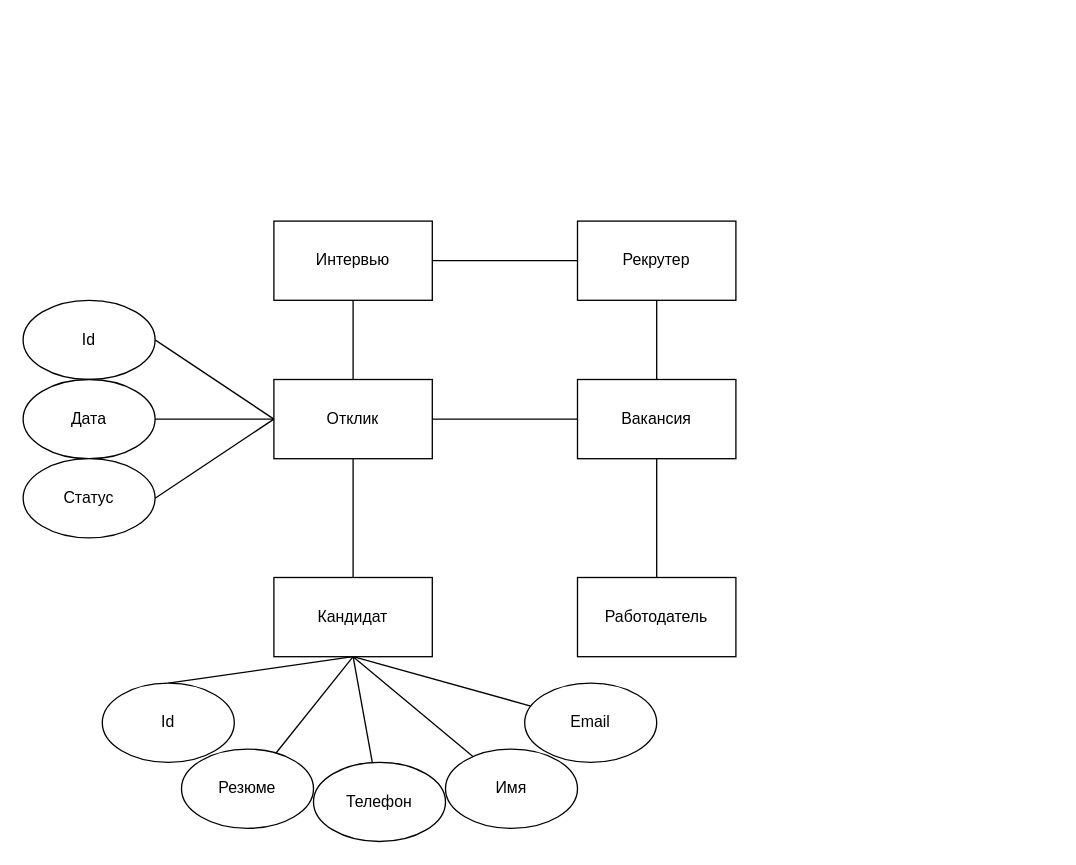
Regdal-cyber/Coursework keeps this draw.io diagram as ER.drawio. Above is the earlier version. Source tidied: cells renumbered, new cells numbered last; positions are measured from the earlier drawing's top-left corner, leaving out a move shared by most shapes. Both pictures are drawn from the tidied source at 132%, with x=0, y=0 at pixel (22, 220).
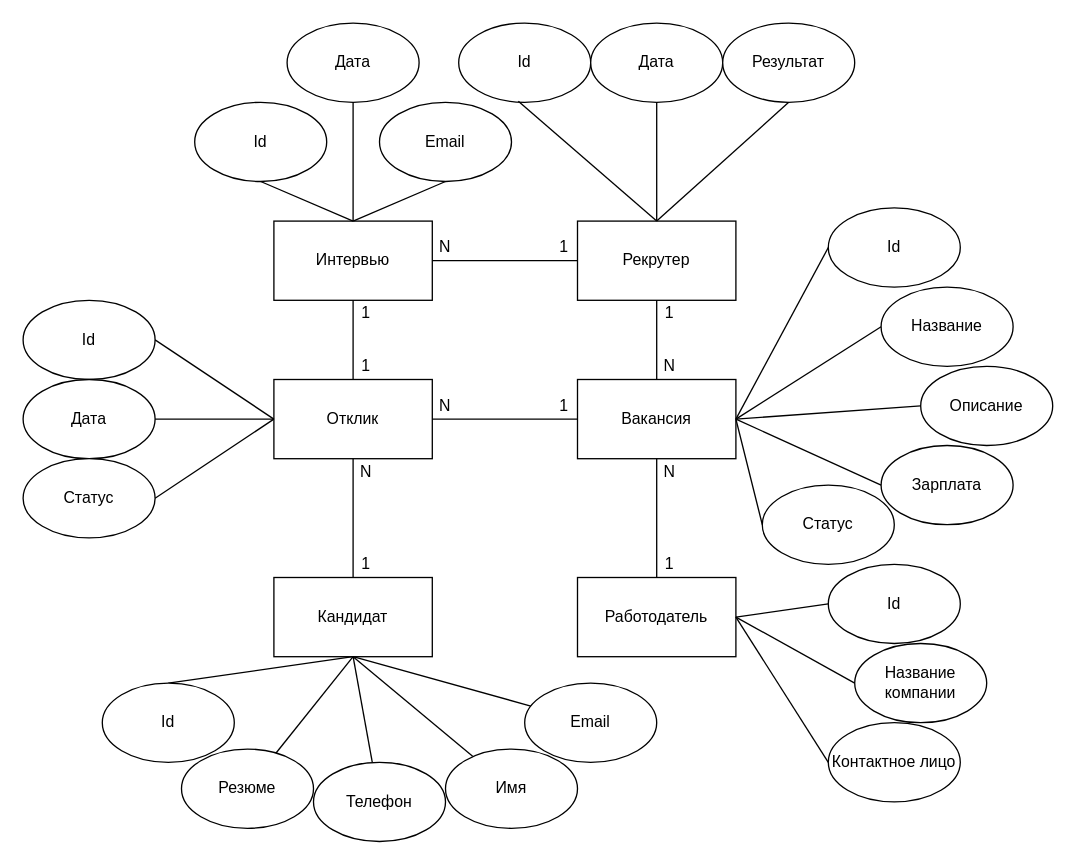
The same page after the edit.

The change refers to these unchanged cells:
```xml
<mxCell id="2" value="Рекрутер" style="rounded=0;whiteSpace=wrap;html=1;" parent="1" vertex="1">
  <mxGeometry x="420" width="120" height="60" as="geometry" />
</mxCell>
<mxCell id="4" value="Интервью" style="rounded=0;whiteSpace=wrap;html=1;" parent="1" vertex="1">
  <mxGeometry x="190" width="120" height="60" as="geometry" />
</mxCell>
<mxCell id="6" value="Вакансия" style="rounded=0;whiteSpace=wrap;html=1;" parent="1" vertex="1">
  <mxGeometry x="420" y="120" width="120" height="60" as="geometry" />
</mxCell>
<mxCell id="7" value="Работодатель" style="rounded=0;whiteSpace=wrap;html=1;" parent="1" vertex="1">
  <mxGeometry x="420" y="270" width="120" height="60" as="geometry" />
</mxCell>
```

The edit, as a diff of the source:
```diff
@@
+    <mxCell id="31" value="Id" style="ellipse;whiteSpace=wrap;html=1;" parent="1" vertex="1">
+      <mxGeometry x="610" y="260" width="100" height="60" as="geometry" />
+    </mxCell>
+    <mxCell id="32" value="Название компании" style="ellipse;whiteSpace=wrap;html=1;" parent="1" vertex="1">
+      <mxGeometry x="630" y="320" width="100" height="60" as="geometry" />
+    </mxCell>
+    <mxCell id="33" value="Контактное лицо" style="ellipse;whiteSpace=wrap;html=1;" parent="1" vertex="1">
+      <mxGeometry x="610" y="380" width="100" height="60" as="geometry" />
+    </mxCell>
+    <mxCell id="34" value="Id" style="ellipse;whiteSpace=wrap;html=1;" parent="1" vertex="1">
+      <mxGeometry x="610" y="-10" width="100" height="60" as="geometry" />
+    </mxCell>
+    <mxCell id="35" value="Название" style="ellipse;whiteSpace=wrap;html=1;" parent="1" vertex="1">
+      <mxGeometry x="650" y="50" width="100" height="60" as="geometry" />
+    </mxCell>
+    <mxCell id="36" value="Описание" style="ellipse;whiteSpace=wrap;html=1;" parent="1" vertex="1">
+      <mxGeometry x="680" y="110" width="100" height="60" as="geometry" />
+    </mxCell>
+    <mxCell id="37" value="Зарплата" style="ellipse;whiteSpace=wrap;html=1;" parent="1" vertex="1">
+      <mxGeometry x="650" y="170" width="100" height="60" as="geometry" />
+    </mxCell>
+    <mxCell id="38" value="Статус" style="ellipse;whiteSpace=wrap;html=1;" parent="1" vertex="1">
+      <mxGeometry x="560" y="200" width="100" height="60" as="geometry" />
+    </mxCell>
+    <mxCell id="39" style="edgeStyle=none;rounded=0;jettySize=auto;html=1;entryX=1;entryY=0.5;entryDx=0;entryDy=0;endArrow=none;endFill=0;exitX=0;exitY=0.5;exitDx=0;exitDy=0;" parent="1" edge="1" source="31" target="7">
+      <mxGeometry relative="1" as="geometry" />
+    </mxCell>
+    <mxCell id="40" style="edgeStyle=none;rounded=0;jettySize=auto;html=1;entryX=1;entryY=0.5;entryDx=0;entryDy=0;endArrow=none;endFill=0;exitX=0;exitY=0.5;exitDx=0;exitDy=0;" parent="1" edge="1" source="32" target="7">
+      <mxGeometry relative="1" as="geometry" />
+    </mxCell>
+    <mxCell id="41" style="edgeStyle=none;rounded=0;jettySize=auto;html=1;endArrow=none;endFill=0;entryX=1;entryY=0.5;entryDx=0;entryDy=0;exitX=0;exitY=0.5;exitDx=0;exitDy=0;" parent="1" edge="1" source="33" target="7">
+      <mxGeometry relative="1" as="geometry" />
+    </mxCell>
+    <mxCell id="42" style="edgeStyle=none;rounded=0;jettySize=auto;html=1;entryX=1;entryY=0.5;entryDx=0;entryDy=0;endArrow=none;endFill=0;exitX=0;exitY=0.5;exitDx=0;exitDy=0;" parent="1" edge="1" source="34" target="6">
+      <mxGeometry relative="1" as="geometry" />
+    </mxCell>
+    <mxCell id="43" style="edgeStyle=none;rounded=0;jettySize=auto;html=1;entryX=1;entryY=0.5;entryDx=0;entryDy=0;endArrow=none;endFill=0;exitX=0;exitY=0.5;exitDx=0;exitDy=0;" parent="1" edge="1" source="35" target="6">
+      <mxGeometry relative="1" as="geometry" />
+    </mxCell>
+    <mxCell id="44" style="edgeStyle=none;rounded=0;jettySize=auto;html=1;entryX=1;entryY=0.5;entryDx=0;entryDy=0;endArrow=none;endFill=0;exitX=0;exitY=0.5;exitDx=0;exitDy=0;" parent="1" edge="1" source="36" target="6">
+      <mxGeometry relative="1" as="geometry" />
+    </mxCell>
+    <mxCell id="45" style="edgeStyle=none;rounded=0;jettySize=auto;html=1;endArrow=none;endFill=0;entryX=1;entryY=0.5;entryDx=0;entryDy=0;exitX=0;exitY=0.5;exitDx=0;exitDy=0;" parent="1" edge="1" source="37" target="6">
+      <mxGeometry relative="1" as="geometry" />
+    </mxCell>
+    <mxCell id="46" style="edgeStyle=none;rounded=0;jettySize=auto;html=1;entryX=1;entryY=0.5;entryDx=0;entryDy=0;endArrow=none;endFill=0;exitX=0;exitY=0.5;exitDx=0;exitDy=0;" parent="1" edge="1" source="38" target="6">
+      <mxGeometry relative="1" as="geometry" />
+    </mxCell>
+    <mxCell id="47" value="Id" style="ellipse;whiteSpace=wrap;html=1;" parent="1" vertex="1">
+      <mxGeometry x="330" y="-150" width="100" height="60" as="geometry" />
+    </mxCell>
+    <mxCell id="48" value="Дата" style="ellipse;whiteSpace=wrap;html=1;" parent="1" vertex="1">
+      <mxGeometry x="430" y="-150" width="100" height="60" as="geometry" />
+    </mxCell>
+    <mxCell id="49" value="Результат" style="ellipse;whiteSpace=wrap;html=1;" parent="1" vertex="1">
+      <mxGeometry x="530" y="-150" width="100" height="60" as="geometry" />
+    </mxCell>
+    <mxCell id="50" value="Id" style="ellipse;whiteSpace=wrap;html=1;" parent="1" vertex="1">
+      <mxGeometry x="130" y="-90" width="100" height="60" as="geometry" />
+    </mxCell>
+    <mxCell id="51" value="Дата" style="ellipse;whiteSpace=wrap;html=1;" parent="1" vertex="1">
+      <mxGeometry x="200" y="-150" width="100" height="60" as="geometry" />
+    </mxCell>
+    <mxCell id="52" value="Email" style="ellipse;whiteSpace=wrap;html=1;" parent="1" vertex="1">
+      <mxGeometry x="270" y="-90" width="100" height="60" as="geometry" />
+    </mxCell>
+    <mxCell id="53" style="edgeStyle=none;rounded=0;jettySize=auto;html=1;entryX=0.5;entryY=0;entryDx=0;entryDy=0;endArrow=none;endFill=0;exitX=0.5;exitY=1;exitDx=0;exitDy=0;" parent="1" edge="1" source="51" target="4">
+      <mxGeometry relative="1" as="geometry" />
+    </mxCell>
+    <mxCell id="54" style="edgeStyle=none;rounded=0;jettySize=auto;html=1;endArrow=none;endFill=0;exitX=0.5;exitY=1;exitDx=0;exitDy=0;entryX=0.5;entryY=0;entryDx=0;entryDy=0;" parent="1" edge="1" source="50" target="4">
+      <mxGeometry relative="1" as="geometry" />
+    </mxCell>
+    <mxCell id="55" style="edgeStyle=none;rounded=0;jettySize=auto;html=1;entryX=0.5;entryY=0;entryDx=0;entryDy=0;endArrow=none;endFill=0;exitX=0.5;exitY=1;exitDx=0;exitDy=0;" parent="1" edge="1" source="52" target="4">
+      <mxGeometry relative="1" as="geometry" />
+    </mxCell>
+    <mxCell id="56" style="edgeStyle=none;rounded=0;jettySize=auto;html=1;endArrow=none;endFill=0;exitX=0.5;exitY=1;exitDx=0;exitDy=0;entryX=0.5;entryY=0;entryDx=0;entryDy=0;" parent="1" edge="1" source="49" target="2">
+      <mxGeometry relative="1" as="geometry" />
+    </mxCell>
+    <mxCell id="57" style="edgeStyle=none;rounded=0;jettySize=auto;html=1;entryX=0.5;entryY=0;entryDx=0;entryDy=0;endArrow=none;endFill=0;exitX=0.452;exitY=0.986;exitDx=0;exitDy=0;exitPerimeter=0;" parent="1" edge="1" source="47" target="2">
+      <mxGeometry relative="1" as="geometry" />
+    </mxCell>
+    <mxCell id="58" style="edgeStyle=none;rounded=0;jettySize=auto;html=1;endArrow=none;endFill=0;exitX=0.5;exitY=1;exitDx=0;exitDy=0;entryX=0.5;entryY=0;entryDx=0;entryDy=0;" parent="1" edge="1" source="48" target="2">
+      <mxGeometry relative="1" as="geometry" />
+    </mxCell>
+    <mxCell id="59" value="1" style="text;html=1;whiteSpace=wrap;strokeColor=none;fillColor=none;align=center;verticalAlign=middle;rounded=0;" parent="1" vertex="1">
+      <mxGeometry x="250" y="250" width="20" height="20" as="geometry" />
+    </mxCell>
+    <mxCell id="60" value="N" style="text;html=1;whiteSpace=wrap;strokeColor=none;fillColor=none;align=center;verticalAlign=middle;rounded=0;" parent="1" vertex="1">
+      <mxGeometry x="250" y="180" width="20" height="20" as="geometry" />
+    </mxCell>
+    <mxCell id="61" value="1" style="text;html=1;whiteSpace=wrap;strokeColor=none;fillColor=none;align=center;verticalAlign=middle;rounded=0;" parent="1" vertex="1">
+      <mxGeometry x="400" y="130" width="20" height="20" as="geometry" />
+    </mxCell>
+    <mxCell id="62" value="N" style="text;html=1;whiteSpace=wrap;strokeColor=none;fillColor=none;align=center;verticalAlign=middle;rounded=0;" parent="1" vertex="1">
+      <mxGeometry x="310" y="130" width="20" height="20" as="geometry" />
+    </mxCell>
+    <mxCell id="63" value="1" style="text;html=1;whiteSpace=wrap;strokeColor=none;fillColor=none;align=center;verticalAlign=middle;rounded=0;" parent="1" vertex="1">
+      <mxGeometry x="250" y="100" width="20" height="20" as="geometry" />
+    </mxCell>
+    <mxCell id="64" value="1" style="text;html=1;whiteSpace=wrap;strokeColor=none;fillColor=none;align=center;verticalAlign=middle;rounded=0;" parent="1" vertex="1">
+      <mxGeometry x="250" y="60" width="20" height="20" as="geometry" />
+    </mxCell>
+    <mxCell id="65" value="1" style="text;html=1;whiteSpace=wrap;strokeColor=none;fillColor=none;align=center;verticalAlign=middle;rounded=0;" parent="1" vertex="1">
+      <mxGeometry x="400" y="10" width="20" height="20" as="geometry" />
+    </mxCell>
+    <mxCell id="66" value="N" style="text;html=1;whiteSpace=wrap;strokeColor=none;fillColor=none;align=center;verticalAlign=middle;rounded=0;" parent="1" vertex="1">
+      <mxGeometry x="310" y="10" width="20" height="20" as="geometry" />
+    </mxCell>
+    <mxCell id="67" value="N" style="text;html=1;whiteSpace=wrap;strokeColor=none;fillColor=none;align=center;verticalAlign=middle;rounded=0;" parent="1" vertex="1">
+      <mxGeometry x="480" y="100" width="20" height="20" as="geometry" />
+    </mxCell>
+    <mxCell id="68" value="1" style="text;html=1;whiteSpace=wrap;strokeColor=none;fillColor=none;align=center;verticalAlign=middle;rounded=0;" parent="1" vertex="1">
+      <mxGeometry x="480" y="60" width="20" height="20" as="geometry" />
+    </mxCell>
+    <mxCell id="69" value="1" style="text;html=1;whiteSpace=wrap;strokeColor=none;fillColor=none;align=center;verticalAlign=middle;rounded=0;" parent="1" vertex="1">
+      <mxGeometry x="480" y="250" width="20" height="20" as="geometry" />
+    </mxCell>
+    <mxCell id="70" value="N" style="text;html=1;whiteSpace=wrap;strokeColor=none;fillColor=none;align=center;verticalAlign=middle;rounded=0;" parent="1" vertex="1">
+      <mxGeometry x="480" y="180" width="20" height="20" as="geometry" />
+    </mxCell>
```
